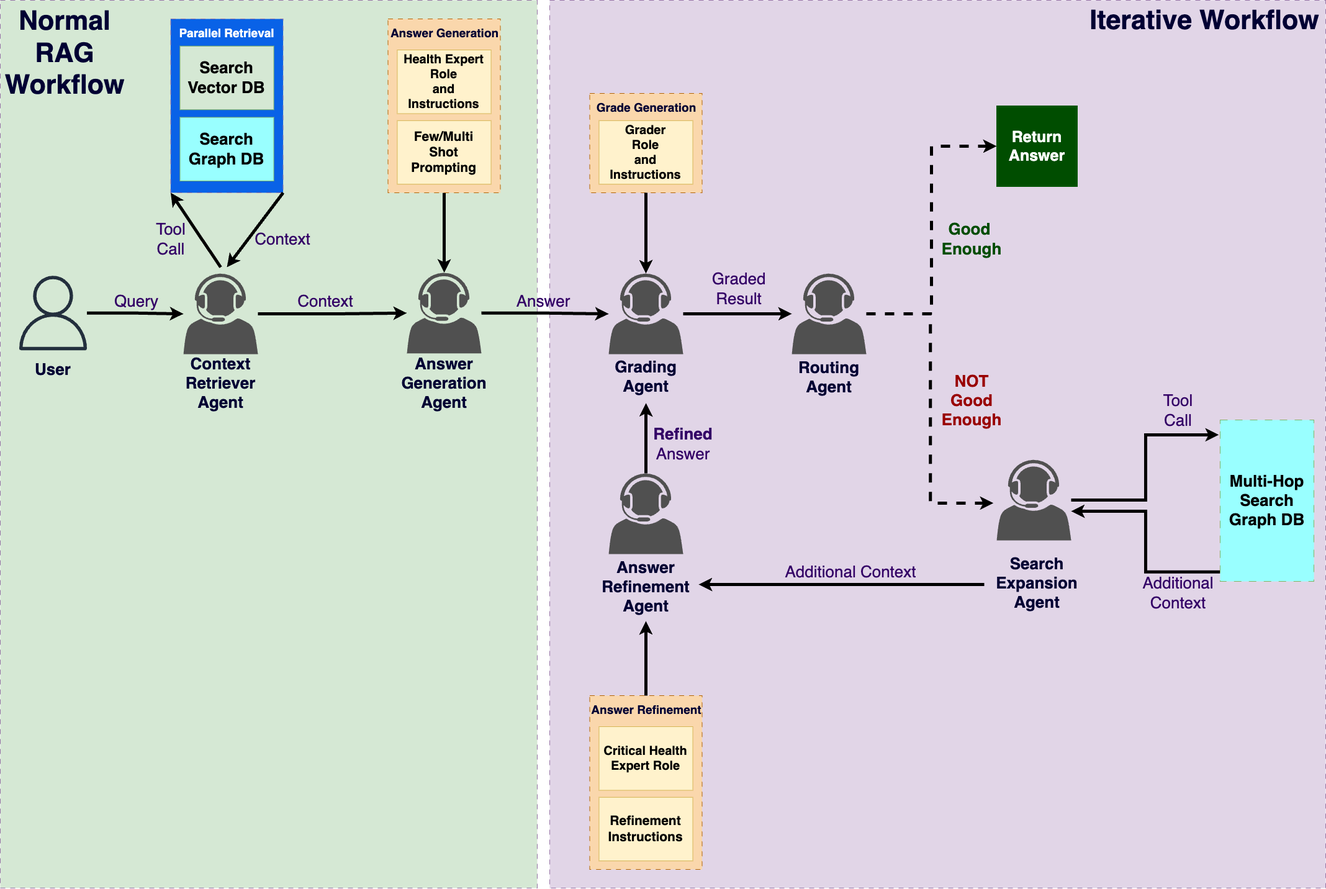
Above: images/Iterative_Workflow.drawio.png in aldensiol/agent-visualiser (draw.io), before the change. Source tidied: cells renumbered, new cells last; positions are measured from the earlier drawing's top-left corner, leaving out a move shared by most shapes.
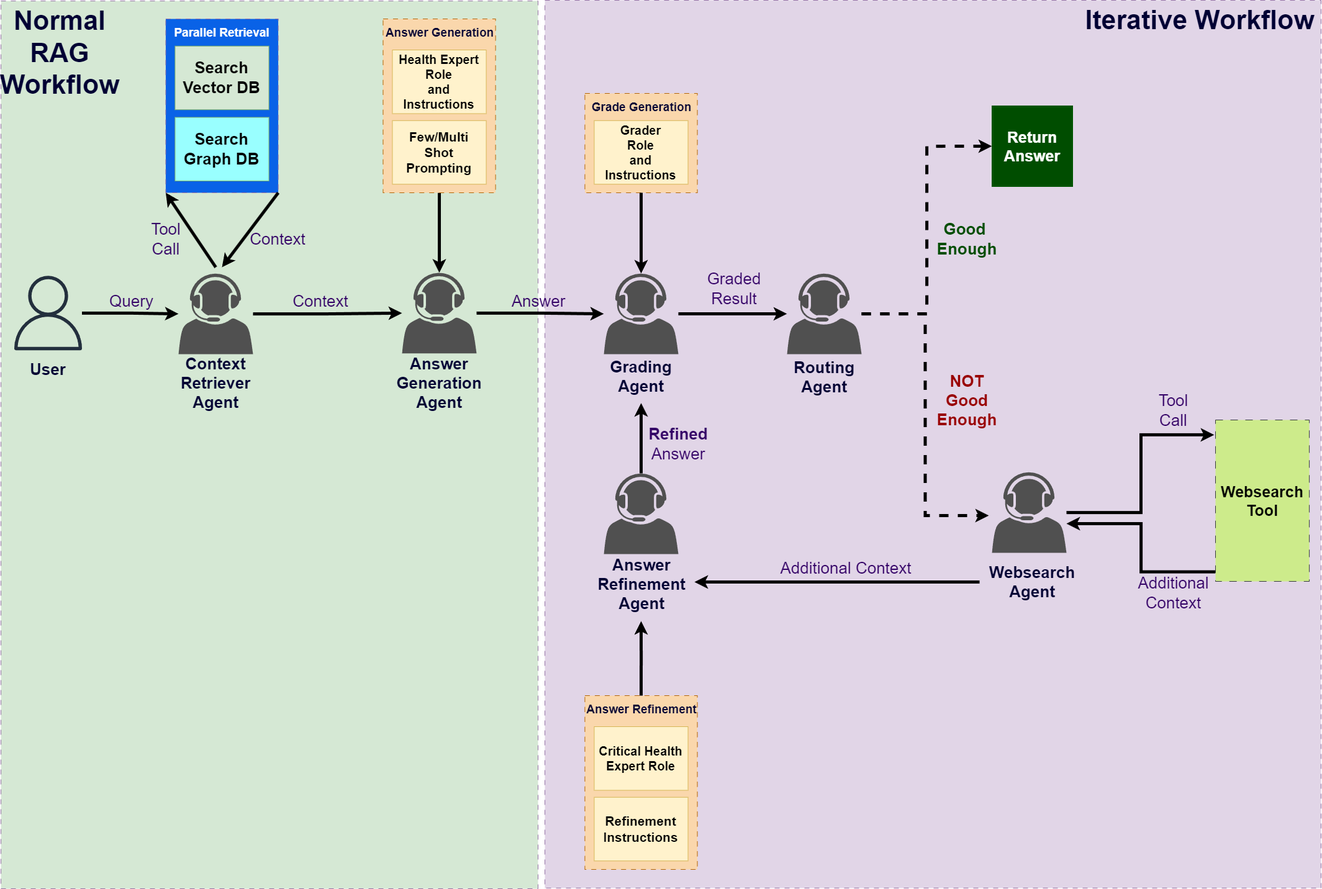
After the commit.

The edit, as a diff of the source:
```diff
@@ -3,7 +3,7 @@
     <mxCell id="0" />
     <mxCell id="1" parent="0" />
     <mxCell id="2" style="rounded=0;whiteSpace=wrap;html=1;dashed=1;dashPattern=8 8;fillColor=#D5E8D4;strokeColor=#9673a6;" parent="1" vertex="1">
-      <mxGeometry width="865" height="1430" as="geometry" />
+      <mxGeometry x="9" y="1" width="865" height="1430" as="geometry" />
     </mxCell>
     <mxCell id="3" style="rounded=0;whiteSpace=wrap;html=1;dashed=1;dashPattern=8 8;fillColor=#E1D5E7;strokeColor=#9673a6;" parent="1" vertex="1">
       <mxGeometry x="885" width="1250" height="1430" as="geometry" />
@@ -119,7 +119,7 @@
       <mxGeometry relative="1" as="geometry" />
     </mxCell>
     <mxCell id="40" style="sketch=0;shadow=0;dashed=0;html=1;strokeColor=none;fillColor=#505050;labelPosition=center;verticalLabelPosition=bottom;verticalAlign=top;outlineConnect=0;align=center;shape=mxgraph.office.users.call_center_agent;" parent="1" vertex="1">
-      <mxGeometry x="1605" y="740" width="120" height="130" as="geometry" />
+      <mxGeometry x="1605" y="760" width="120" height="130" as="geometry" />
     </mxCell>
     <mxCell id="41" value="&lt;div&gt;&lt;span style=&quot;font-size: 26px;&quot;&gt;&lt;font color=&quot;#990000&quot;&gt;NOT&lt;/font&gt;&lt;/span&gt;&lt;/div&gt;&lt;div&gt;&lt;span style=&quot;font-size: 26px; background-color: initial;&quot;&gt;&lt;font color=&quot;#990000&quot;&gt;Good&lt;/font&gt;&lt;/span&gt;&lt;/div&gt;&lt;div&gt;&lt;span style=&quot;font-size: 26px; background-color: initial;&quot;&gt;&lt;font color=&quot;#990000&quot;&gt;Enough&lt;/font&gt;&lt;/span&gt;&lt;/div&gt;" style="text;html=1;align=center;verticalAlign=middle;whiteSpace=wrap;rounded=0;fontStyle=1;fontColor=#330066;" parent="1" vertex="1">
       <mxGeometry x="1465" y="630" width="200" height="30" as="geometry" />
@@ -127,8 +127,8 @@
     <mxCell id="42" style="edgeStyle=elbowEdgeStyle;rounded=0;jettySize=auto;html=1;entryX=1;entryY=0.5;entryDx=0;entryDy=0;strokeWidth=5;" parent="1" edge="1" source="43" target="56">
       <mxGeometry relative="1" as="geometry" />
     </mxCell>
-    <mxCell id="43" value="&lt;div style=&quot;&quot;&gt;&lt;b style=&quot;color: rgb(0, 0, 51); background-color: initial; font-size: 26px;&quot;&gt;Search&lt;/b&gt;&lt;/div&gt;&lt;div style=&quot;&quot;&gt;&lt;b style=&quot;color: rgb(0, 0, 51); background-color: initial; font-size: 26px;&quot;&gt;Expansion&lt;/b&gt;&lt;/div&gt;&lt;div style=&quot;&quot;&gt;&lt;b style=&quot;color: rgb(0, 0, 51); background-color: initial; font-size: 26px;&quot;&gt;Agent&lt;/b&gt;&lt;br&gt;&lt;/div&gt;" style="text;whiteSpace=wrap;html=1;align=center;" parent="1" vertex="1">
-      <mxGeometry x="1585" y="886" width="170" height="110" as="geometry" />
+    <mxCell id="43" value="&lt;div style=&quot;&quot;&gt;&lt;font color=&quot;#000033&quot;&gt;&lt;span style=&quot;font-size: 26px;&quot;&gt;&lt;b&gt;Websearch&lt;/b&gt;&lt;/span&gt;&lt;/font&gt;&lt;/div&gt;&lt;div style=&quot;&quot;&gt;&lt;b style=&quot;color: rgb(0, 0, 51); background-color: initial; font-size: 26px;&quot;&gt;Agent&lt;/b&gt;&lt;br&gt;&lt;/div&gt;" style="text;whiteSpace=wrap;html=1;align=center;" parent="1" vertex="1">
+      <mxGeometry x="1585" y="900" width="170" height="74" as="geometry" />
     </mxCell>
     <mxCell id="44" style="edgeStyle=orthogonalEdgeStyle;rounded=0;jettySize=auto;html=1;strokeWidth=5;entryX=-0.014;entryY=0.092;entryDx=0;entryDy=0;entryPerimeter=0;" parent="1" edge="1" source="40" target="47">
       <mxGeometry relative="1" as="geometry" />
@@ -139,11 +139,11 @@
     <mxCell id="46" style="edgeStyle=elbowEdgeStyle;rounded=0;jettySize=auto;html=1;exitX=0;exitY=0.941;exitDx=0;exitDy=0;strokeWidth=5;exitPerimeter=0;entryX=1;entryY=0.638;entryDx=0;entryDy=0;entryPerimeter=0;" parent="1" edge="1" source="47" target="40">
       <mxGeometry relative="1" as="geometry" />
     </mxCell>
-    <mxCell id="47" value="&lt;div style=&quot;font-size: 26px;&quot;&gt;&lt;b style=&quot;&quot;&gt;&lt;font style=&quot;font-size: 26px;&quot;&gt;Multi-Hop&lt;/font&gt;&lt;/b&gt;&lt;/div&gt;&lt;div style=&quot;font-size: 26px;&quot;&gt;&lt;b style=&quot;&quot;&gt;&lt;font style=&quot;font-size: 26px;&quot;&gt;Search&lt;/font&gt;&lt;/b&gt;&lt;/div&gt;&lt;b style=&quot;font-size: 26px;&quot;&gt;&lt;font style=&quot;font-size: 26px;&quot;&gt;Graph DB&lt;/font&gt;&lt;/b&gt;" style="rounded=0;whiteSpace=wrap;html=1;fillColor=#99FFFF;strokeColor=#82b366;dashed=1;dashPattern=12 12;" parent="1" vertex="1">
+    <mxCell id="47" value="&lt;div style=&quot;&quot;&gt;&lt;b style=&quot;&quot;&gt;&lt;font style=&quot;font-size: 25px;&quot;&gt;Websearch&lt;/font&gt;&lt;/b&gt;&lt;/div&gt;&lt;div style=&quot;&quot;&gt;&lt;b style=&quot;&quot;&gt;&lt;font style=&quot;font-size: 25px;&quot;&gt;Tool&lt;/font&gt;&lt;/b&gt;&lt;/div&gt;" style="rounded=0;whiteSpace=wrap;html=1;fillColor=#cdeb8b;strokeColor=#36393d;dashed=1;dashPattern=12 12;" parent="1" vertex="1">
       <mxGeometry x="1965" y="676" width="151.1" height="260" as="geometry" />
     </mxCell>
     <mxCell id="48" value="&lt;div&gt;&lt;span style=&quot;font-size: 26px;&quot;&gt;Additional Context&lt;/span&gt;&lt;/div&gt;" style="text;html=1;align=center;verticalAlign=middle;whiteSpace=wrap;rounded=0;fontStyle=0;fontColor=#330066;" parent="1" vertex="1">
-      <mxGeometry x="1175" y="906" width="390" height="30" as="geometry" />
+      <mxGeometry x="1175" y="900" width="390" height="30" as="geometry" />
     </mxCell>
     <mxCell id="49" value="&lt;div style=&quot;font-size: 43px;&quot;&gt;&lt;font color=&quot;#000033&quot; style=&quot;font-size: 43px;&quot;&gt;&lt;b style=&quot;font-size: 43px;&quot;&gt;Iterative Workflow&lt;/b&gt;&lt;/font&gt;&lt;/div&gt;" style="text;whiteSpace=wrap;html=1;align=center;fontSize=43;" parent="1" vertex="1">
       <mxGeometry x="1745" width="390" height="80" as="geometry" />
@@ -169,7 +169,7 @@
       <mxGeometry x="980" y="762" width="120" height="130" as="geometry" />
     </mxCell>
     <mxCell id="56" value="&lt;div style=&quot;&quot;&gt;&lt;span style=&quot;background-color: initial; font-size: 26px;&quot;&gt;&lt;font color=&quot;#000033&quot;&gt;&lt;b&gt;Answer&lt;/b&gt;&lt;/font&gt;&lt;/span&gt;&lt;/div&gt;&lt;div style=&quot;&quot;&gt;&lt;span style=&quot;background-color: initial; font-size: 26px;&quot;&gt;&lt;font color=&quot;#000033&quot;&gt;&lt;b&gt;Refinement&lt;/b&gt;&lt;/font&gt;&lt;/span&gt;&lt;/div&gt;&lt;div style=&quot;&quot;&gt;&lt;span style=&quot;background-color: initial; font-size: 26px;&quot;&gt;&lt;font color=&quot;#000033&quot;&gt;&lt;b&gt;Agent&lt;/b&gt;&lt;/font&gt;&lt;/span&gt;&lt;/div&gt;" style="text;whiteSpace=wrap;html=1;align=center;" parent="1" vertex="1">
-      <mxGeometry x="955" y="892" width="170" height="98" as="geometry" />
+      <mxGeometry x="956" y="888" width="170" height="98" as="geometry" />
     </mxCell>
     <mxCell id="57" style="group;" parent="1" vertex="1">
       <mxGeometry x="606" y="30" width="220" height="280" as="geometry" />
```
